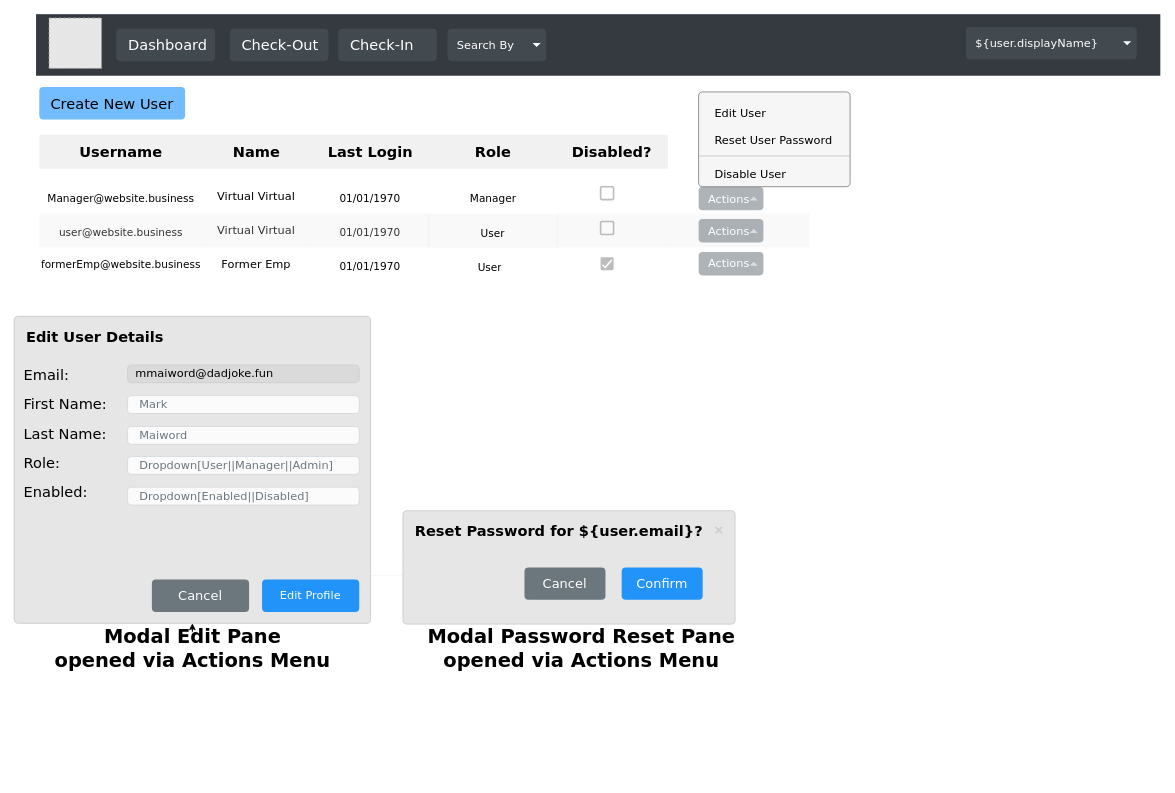
The draw.io diagram page "User Management" (7 of 10) of initialDesign.drawio in DaveLuhman/toolkeeper, before the edit. Source tidied: cells renumbered, new cells numbered last; positions are measured from the earlier drawing's top-left corner, leaving out a move shared by most shapes. Both pictures are drawn from the tidied source at 81%, with x=0, y=0 at pixel (14, 14). Pictures stored in the file or linked from it are replaced by grey dashed boxes.
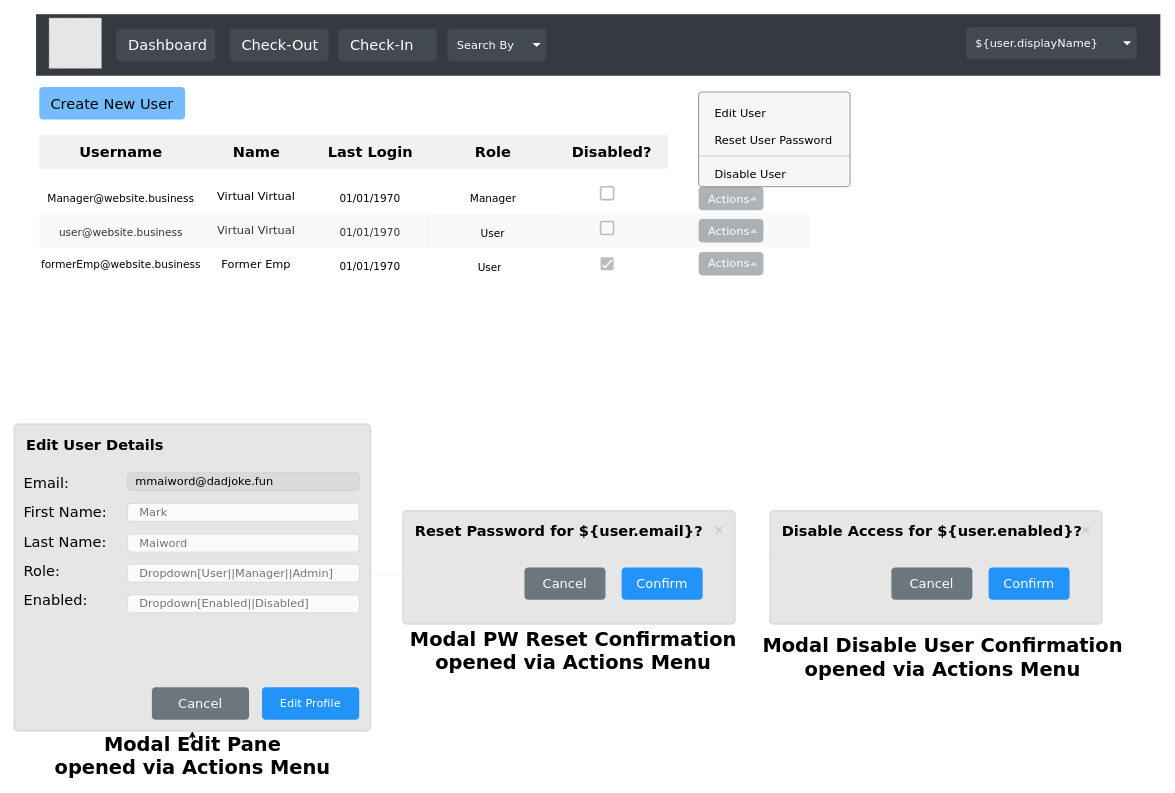
After the change.

Commit message (it also covers changes not shown here):
Added DisableUserConfirm pane to User Management

What changed in the source:
```diff
@@
     <mxCell id="50" style="group;" parent="1" vertex="1">
-      <mxGeometry y="373" width="440" height="430" as="geometry" />
+      <mxGeometry y="506" width="440" height="430" as="geometry" />
     </mxCell>
@@
-    <mxCell id="71" value="&lt;font color=&quot;#000000&quot;&gt;Modal Password Reset Pane&lt;br&gt;opened via Actions Menu&lt;br&gt;&lt;/font&gt;" style="text;strokeColor=none;fillColor=none;html=1;fontSize=24;fontStyle=1;verticalAlign=middle;align=center;fontColor=#B3B3B3;opacity=10;fontFamily=Verdana;" parent="1" vertex="1">
-      <mxGeometry x="650" y="763" width="100" height="40" as="geometry" />
+    <mxCell id="71" value="&lt;font color=&quot;#000000&quot;&gt;Modal PW Reset Confirmation&lt;br&gt;opened via Actions Menu&lt;br&gt;&lt;/font&gt;" style="text;strokeColor=none;fillColor=none;html=1;fontSize=24;fontStyle=1;verticalAlign=middle;align=center;fontColor=#B3B3B3;opacity=10;fontFamily=Verdana;" parent="1" vertex="1">
+      <mxGeometry x="640" y="766" width="100" height="40" as="geometry" />
     </mxCell>
@@
+    <mxCell id="82" value="&lt;span&gt;Disable Access for ${user.enabled}?&lt;/span&gt;" style="html=1;shadow=0;dashed=0;shape=mxgraph.bootstrap.rrect;rSize=5;html=1;strokeColor=#C8C8C8;fillColor=#E6E6E6;whiteSpace=wrap;verticalAlign=top;align=left;fontSize=18;spacing=15;spacingTop=-5;fontColor=#000000;fontStyle=1;fontFamily=Verdana;" parent="1" vertex="1">
+      <mxGeometry x="933" y="613" width="410" height="140" as="geometry" />
+    </mxCell>
+    <mxCell id="83" style="shape=line;strokeColor=#dddddd;fontColor=#000000;opacity=25;fontFamily=Verdana;" parent="82" vertex="1">
+      <mxGeometry width="339.84" height="10" relative="1" as="geometry">
+        <mxPoint y="50" as="offset" />
+      </mxGeometry>
+    </mxCell>
+    <mxCell id="84" style="html=1;shadow=0;dashed=0;shape=mxgraph.bootstrap.x;strokeColor=#868686;strokeWidth=2;fontColor=#000000;opacity=25;fontFamily=Verdana;" parent="82" vertex="1">
+      <mxGeometry x="1" width="8" height="8" relative="1" as="geometry">
+        <mxPoint x="-24" y="20" as="offset" />
+      </mxGeometry>
+    </mxCell>
+    <mxCell id="85" value="&lt;font style=&quot;font-size: 16px&quot;&gt;Confirm&lt;/font&gt;" style="html=1;shadow=0;dashed=0;shape=mxgraph.bootstrap.rrect;rSize=5;perimeter=none;whiteSpace=wrap;fillColor=#0085FC;strokeColor=none;fontColor=#ffffff;fontSize=14;comic=0;sketch=0;fontFamily=Verdana;opacity=85;" parent="82" vertex="1">
+      <mxGeometry x="270" y="70" width="100" height="40" as="geometry" />
+    </mxCell>
+    <mxCell id="86" value="Cancel" style="html=1;shadow=0;dashed=0;shape=mxgraph.bootstrap.rrect;rSize=5;strokeColor=none;strokeWidth=1;fillColor=#6C767D;fontColor=#FFFFFF;whiteSpace=wrap;align=center;verticalAlign=middle;spacingLeft=0;fontStyle=0;fontSize=16;spacing=5;labelBackgroundColor=none;comic=0;sketch=0;fontFamily=Verdana;" parent="82" vertex="1">
+      <mxGeometry x="150" y="70" width="100" height="40" as="geometry" />
+    </mxCell>
+    <mxCell id="87" value="&lt;font color=&quot;#000000&quot;&gt;Modal Disable User Confirmation&lt;br&gt;opened via Actions Menu&lt;br&gt;&lt;/font&gt;" style="text;strokeColor=none;fillColor=none;html=1;fontSize=24;fontStyle=1;verticalAlign=middle;align=center;fontColor=#B3B3B3;opacity=10;fontFamily=Verdana;" parent="1" vertex="1">
+      <mxGeometry x="1096" y="774" width="100" height="40" as="geometry" />
+    </mxCell>
```
